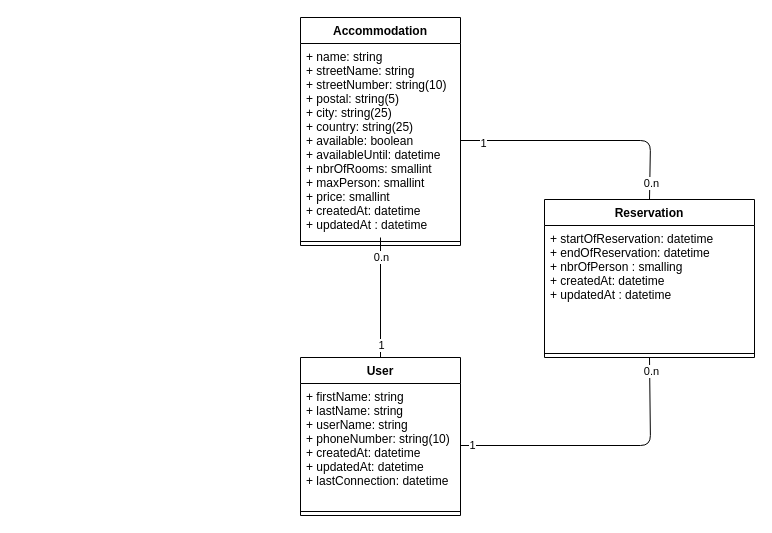
Before: .docs/UML/database.drawio in Dens26/toulon_sweet_home_api, a draw.io diagram. Source tidied: cells renumbered, new cells numbered last; positions are measured from the earlier drawing's top-left corner, leaving out a move shared by most shapes. Both pictures are drawn from the tidied source at 100%, with x=0, y=0 at pixel (300, 17).
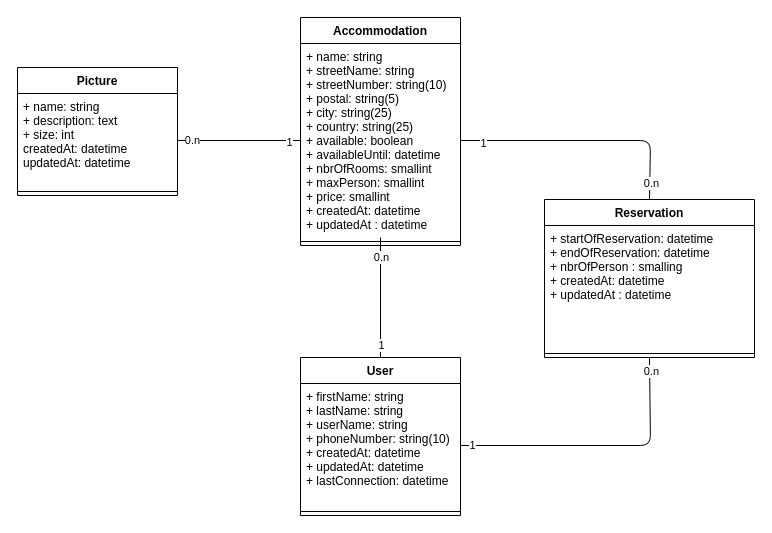
After the change.

Commit message:
📦 NEW: Ajout de la table picture

The change refers to these unchanged cells:
```xml
<mxCell id="6" value="+ name: string&#10;+ streetName: string&#10;+ streetNumber: string(10)&#10;+ postal: string(5)&#10;+ city: string(25)&#10;+ country: string(25)&#10;+ available: boolean&#10;+ availableUntil: datetime&#10;+ nbrOfRooms: smallint&#10;+ maxPerson: smallint&#10;+ price: smallint&#10;+ createdAt: datetime&#10;+ updatedAt : datetime" style="text;strokeColor=none;fillColor=none;align=left;verticalAlign=top;spacingLeft=4;spacingRight=4;overflow=hidden;points=[[0,0.5],[1,0.5]];portConstraint=eastwest;" parent="5" vertex="1">
  <mxGeometry y="26" width="160" height="194" as="geometry" />
</mxCell>
```

The edit, as a diff of the source:
```diff
@@
+    <mxCell id="20" value="Picture" style="swimlane;fontStyle=1;align=center;verticalAlign=top;horizontal=1;startSize=26;" parent="1" vertex="1">
+      <mxGeometry x="-283" y="50" width="160" height="128" as="geometry" />
+    </mxCell>
+    <mxCell id="21" value="+ name: string&#10;+ description: text&#10;+ size: int&#10;createdAt: datetime&#10;updatedAt: datetime" style="text;strokeColor=none;fillColor=none;align=left;verticalAlign=top;spacingLeft=4;spacingRight=4;overflow=hidden;points=[[0,0.5],[1,0.5]];portConstraint=eastwest;" parent="20" vertex="1">
+      <mxGeometry y="26" width="160" height="94" as="geometry" />
+    </mxCell>
+    <mxCell id="22" style="line;strokeWidth=1;fillColor=none;align=left;verticalAlign=middle;spacingTop=-1;spacingLeft=3;spacingRight=3;labelPosition=right;strokeColor=inherit;" parent="20" vertex="1">
+      <mxGeometry y="120" width="160" height="8" as="geometry" />
+    </mxCell>
+    <mxCell id="23" style="edgeStyle=none;html=1;exitX=1;exitY=0.5;exitDx=0;exitDy=0;endArrow=none;endFill=0;" parent="1" edge="1" source="21" target="6">
+      <mxGeometry relative="1" as="geometry" />
+    </mxCell>
+    <mxCell id="24" value="1" style="edgeLabel;html=1;align=center;verticalAlign=middle;" parent="23" vertex="1">
+      <mxGeometry x="0.81" y="-1" relative="1" as="geometry" />
+    </mxCell>
+    <mxCell id="25" value="0.n" style="edgeLabel;html=1;align=center;verticalAlign=middle;" parent="23" vertex="1">
+      <mxGeometry x="-0.77" y="1" relative="1" as="geometry" />
+    </mxCell>
```
